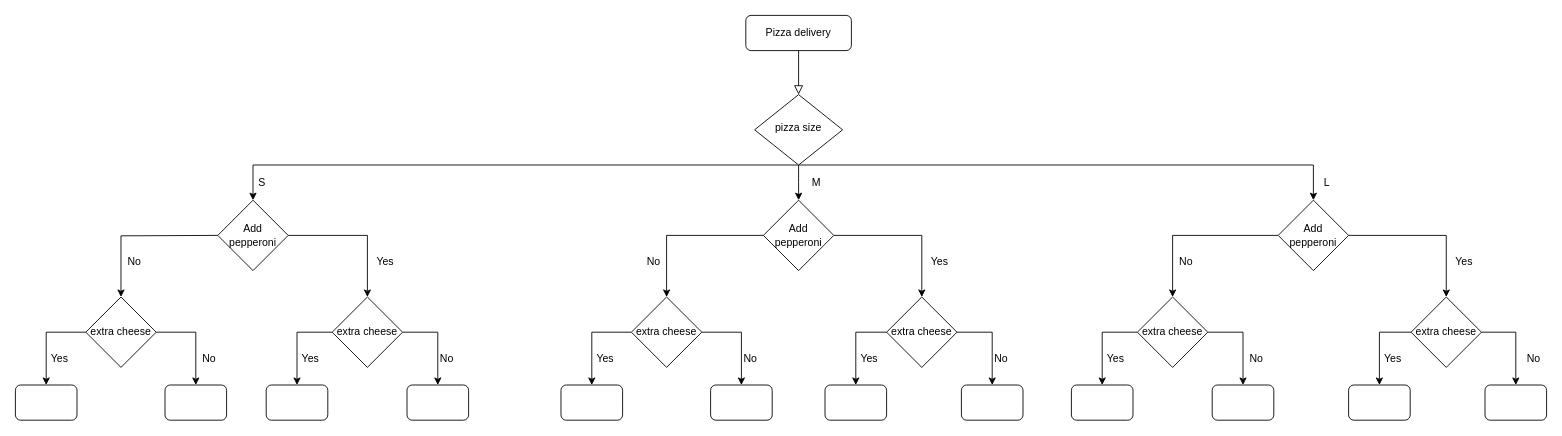
Earlier version of the draw.io diagram Untitled Diagram.drawio (VilJL/Leap-year-program). Source tidied: cells renumbered, new cells numbered last; positions are measured from the earlier drawing's top-left corner, leaving out a move shared by most shapes. Both pictures are drawn from the tidied source at 88%, with x=0, y=0 at pixel (15, 15).
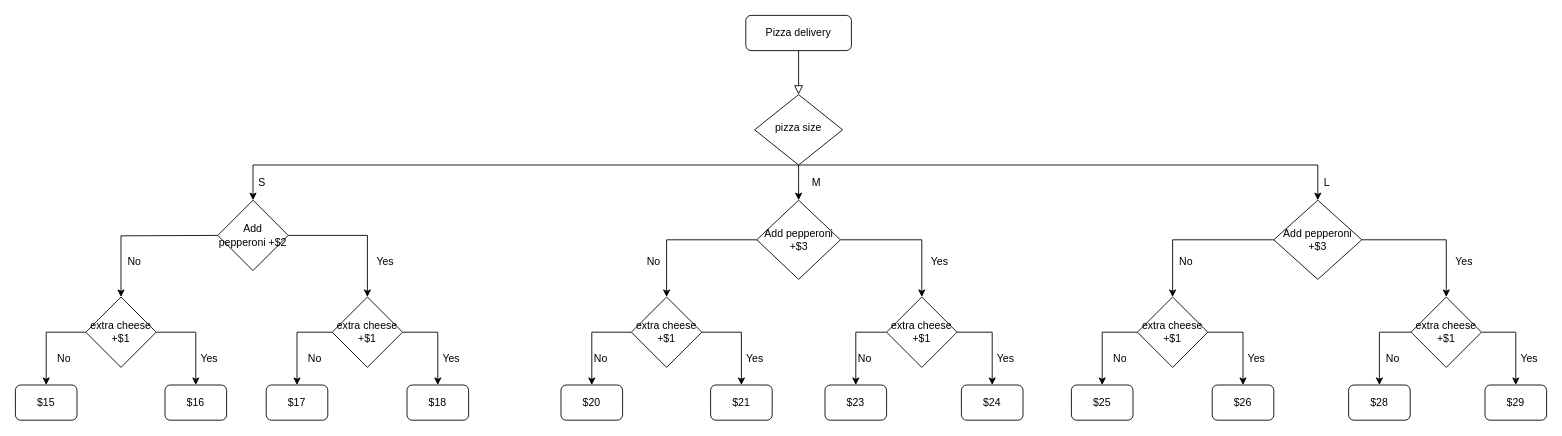
After the change.

Commit message:
pizza pricing Diagram.drawio

The change refers to these unchanged cells:
```xml
<mxCell id="7" value="pizza size" style="rhombus;whiteSpace=wrap;html=1;shadow=0;fontFamily=Helvetica;fontSize=12;align=center;strokeWidth=1;spacing=6;spacingTop=-4;" parent="1" vertex="1">
  <mxGeometry x="840" y="90" width="100" height="80" as="geometry" />
</mxCell>
```

The edit, as a diff of the source:
```diff
@@
     <mxCell id="5" style="edgeStyle=orthogonalEdgeStyle;rounded=0;jettySize=auto;html=1;entryX=0.5;entryY=0;entryDx=0;entryDy=0;" parent="1" edge="1" source="7" target="19">
       <mxGeometry relative="1" as="geometry">
         <Array as="points">
-          <mxPoint x="1475" y="170" />
+          <mxPoint x="1480" y="170" />
         </Array>
       </mxGeometry>
     </mxCell>
@@
-    <mxCell id="13" value="Add pepperoni" style="rhombus;whiteSpace=wrap;html=1;" parent="1" vertex="1">
+    <mxCell id="13" value="Add pepperoni +$2" style="rhombus;whiteSpace=wrap;html=1;" parent="1" vertex="1">
       <mxGeometry x="230" y="210" width="80" height="80" as="geometry" />
     </mxCell>
     <mxCell id="14" style="edgeStyle=orthogonalEdgeStyle;rounded=0;jettySize=auto;html=1;entryX=0.5;entryY=0;entryDx=0;entryDy=0;" parent="1" edge="1" source="16" target="34">
       <mxGeometry relative="1" as="geometry">
         <Array as="points">
-          <mxPoint x="740" y="250" />
-          <mxPoint x="740" y="320" />
+          <mxPoint x="740" y="255" />
         </Array>
       </mxGeometry>
     </mxCell>
@@
-    <mxCell id="16" value="Add pepperoni" style="rhombus;whiteSpace=wrap;html=1;" parent="1" vertex="1">
-      <mxGeometry x="850" y="210" width="80" height="80" as="geometry" />
+    <mxCell id="16" value="Add pepperoni +$3" style="rhombus;whiteSpace=wrap;html=1;" parent="1" vertex="1">
+      <mxGeometry x="842.5" y="210" width="95" height="90" as="geometry" />
     </mxCell>
@@
-    <mxCell id="19" value="Add pepperoni" style="rhombus;whiteSpace=wrap;html=1;" parent="1" vertex="1">
-      <mxGeometry x="1435" y="210" width="80" height="80" as="geometry" />
+    <mxCell id="19" value="Add pepperoni +$3" style="rhombus;whiteSpace=wrap;html=1;" parent="1" vertex="1">
+      <mxGeometry x="1430" y="210" width="100" height="90" as="geometry" />
     </mxCell>
@@
-    <mxCell id="28" value="extra cheese" style="rhombus;whiteSpace=wrap;html=1;" parent="1" vertex="1">
+    <mxCell id="28" value="extra cheese +$1" style="rhombus;whiteSpace=wrap;html=1;" parent="1" vertex="1">
       <mxGeometry x="80" y="320" width="80" height="80" as="geometry" />
     </mxCell>
@@
-    <mxCell id="31" value="extra cheese" style="rhombus;whiteSpace=wrap;html=1;" parent="1" vertex="1">
+    <mxCell id="31" value="extra cheese +$1" style="rhombus;whiteSpace=wrap;html=1;" parent="1" vertex="1">
       <mxGeometry x="360" y="320" width="80" height="80" as="geometry" />
     </mxCell>
@@
-    <mxCell id="34" value="extra cheese" style="rhombus;whiteSpace=wrap;html=1;" parent="1" vertex="1">
+    <mxCell id="34" value="extra cheese +$1" style="rhombus;whiteSpace=wrap;html=1;" parent="1" vertex="1">
       <mxGeometry x="700" y="320" width="80" height="80" as="geometry" />
     </mxCell>
@@
-    <mxCell id="37" value="extra cheese" style="rhombus;whiteSpace=wrap;html=1;" parent="1" vertex="1">
+    <mxCell id="37" value="extra cheese +$1" style="rhombus;whiteSpace=wrap;html=1;" parent="1" vertex="1">
       <mxGeometry x="990" y="320" width="80" height="80" as="geometry" />
     </mxCell>
@@
-    <mxCell id="40" value="extra cheese" style="rhombus;whiteSpace=wrap;html=1;" parent="1" vertex="1">
+    <mxCell id="40" value="extra cheese +$1" style="rhombus;whiteSpace=wrap;html=1;" parent="1" vertex="1">
       <mxGeometry x="1275" y="320" width="80" height="80" as="geometry" />
     </mxCell>
@@
-    <mxCell id="43" value="extra cheese" style="rhombus;whiteSpace=wrap;html=1;" parent="1" vertex="1">
+    <mxCell id="43" value="extra cheese +$1" style="rhombus;whiteSpace=wrap;html=1;" parent="1" vertex="1">
       <mxGeometry x="1586" y="320" width="80" height="80" as="geometry" />
     </mxCell>
-    <mxCell id="44" style="rounded=1;whiteSpace=wrap;html=1;" parent="1" vertex="1">
+    <mxCell id="44" value="$15" style="rounded=1;whiteSpace=wrap;html=1;" parent="1" vertex="1">
       <mxGeometry y="420" width="70" height="40" as="geometry" />
     </mxCell>
-    <mxCell id="45" style="rounded=1;whiteSpace=wrap;html=1;" parent="1" vertex="1">
+    <mxCell id="45" value="$16" style="rounded=1;whiteSpace=wrap;html=1;" parent="1" vertex="1">
       <mxGeometry x="170" y="420" width="70" height="40" as="geometry" />
     </mxCell>
-    <mxCell id="46" style="rounded=1;whiteSpace=wrap;html=1;" parent="1" vertex="1">
+    <mxCell id="46" value="$17" style="rounded=1;whiteSpace=wrap;html=1;" parent="1" vertex="1">
       <mxGeometry x="285" y="420" width="70" height="40" as="geometry" />
     </mxCell>
-    <mxCell id="47" style="rounded=1;whiteSpace=wrap;html=1;" parent="1" vertex="1">
+    <mxCell id="47" value="$18" style="rounded=1;whiteSpace=wrap;html=1;" parent="1" vertex="1">
       <mxGeometry x="445" y="420" width="70" height="40" as="geometry" />
     </mxCell>
-    <mxCell id="48" style="rounded=1;whiteSpace=wrap;html=1;" parent="1" vertex="1">
+    <mxCell id="48" value="$20" style="rounded=1;whiteSpace=wrap;html=1;" parent="1" vertex="1">
       <mxGeometry x="620" y="420" width="70" height="40" as="geometry" />
     </mxCell>
-    <mxCell id="49" style="rounded=1;whiteSpace=wrap;html=1;" parent="1" vertex="1">
+    <mxCell id="49" value="$21" style="rounded=1;whiteSpace=wrap;html=1;" parent="1" vertex="1">
       <mxGeometry x="790" y="420" width="70" height="40" as="geometry" />
     </mxCell>
-    <mxCell id="50" style="rounded=1;whiteSpace=wrap;html=1;" parent="1" vertex="1">
+    <mxCell id="50" value="$23" style="rounded=1;whiteSpace=wrap;html=1;" parent="1" vertex="1">
       <mxGeometry x="920" y="420" width="70" height="40" as="geometry" />
     </mxCell>
-    <mxCell id="51" style="rounded=1;whiteSpace=wrap;html=1;" parent="1" vertex="1">
+    <mxCell id="51" value="$24" style="rounded=1;whiteSpace=wrap;html=1;" parent="1" vertex="1">
       <mxGeometry x="1075" y="420" width="70" height="40" as="geometry" />
     </mxCell>
-    <mxCell id="52" style="rounded=1;whiteSpace=wrap;html=1;" parent="1" vertex="1">
+    <mxCell id="52" value="$25" style="rounded=1;whiteSpace=wrap;html=1;" parent="1" vertex="1">
       <mxGeometry x="1200" y="420" width="70" height="40" as="geometry" />
     </mxCell>
-    <mxCell id="53" style="rounded=1;whiteSpace=wrap;html=1;" parent="1" vertex="1">
+    <mxCell id="53" value="$26" style="rounded=1;whiteSpace=wrap;html=1;" parent="1" vertex="1">
       <mxGeometry x="1360" y="420" width="70" height="40" as="geometry" />
     </mxCell>
-    <mxCell id="54" style="rounded=1;whiteSpace=wrap;html=1;" parent="1" vertex="1">
+    <mxCell id="54" value="$28" style="rounded=1;whiteSpace=wrap;html=1;" parent="1" vertex="1">
       <mxGeometry x="1515" y="420" width="70" height="40" as="geometry" />
     </mxCell>
-    <mxCell id="55" style="rounded=1;whiteSpace=wrap;html=1;" parent="1" vertex="1">
+    <mxCell id="55" value="$29" style="rounded=1;whiteSpace=wrap;html=1;" parent="1" vertex="1">
       <mxGeometry x="1670" y="420" width="70" height="40" as="geometry" />
     </mxCell>
     <mxCell id="56" value="Yes" style="text;html=1;align=center;verticalAlign=middle;" parent="1" vertex="1">
-      <mxGeometry x="30" y="380" width="40" height="20" as="geometry" />
+      <mxGeometry x="200" y="380" width="40" height="20" as="geometry" />
     </mxCell>
     <mxCell id="57" value="No" style="text;html=1;align=center;verticalAlign=middle;" parent="1" vertex="1">
-      <mxGeometry x="205" y="380" width="30" height="20" as="geometry" />
+      <mxGeometry x="40" y="380" width="30" height="20" as="geometry" />
     </mxCell>
     <mxCell id="58" value="Yes" style="text;html=1;align=center;verticalAlign=middle;" parent="1" vertex="1">
-      <mxGeometry x="315" y="380" width="40" height="20" as="geometry" />
+      <mxGeometry x="475" y="380" width="40" height="20" as="geometry" />
     </mxCell>
     <mxCell id="59" value="No" style="text;html=1;align=center;verticalAlign=middle;" parent="1" vertex="1">
-      <mxGeometry x="475" y="380" width="30" height="20" as="geometry" />
+      <mxGeometry x="325" y="380" width="30" height="20" as="geometry" />
     </mxCell>
     <mxCell id="60" value="Yes" style="text;html=1;align=center;verticalAlign=middle;" parent="1" vertex="1">
-      <mxGeometry x="650" y="380" width="40" height="20" as="geometry" />
+      <mxGeometry x="820" y="380" width="40" height="20" as="geometry" />
     </mxCell>
     <mxCell id="61" value="No" style="text;html=1;align=center;verticalAlign=middle;" parent="1" vertex="1">
-      <mxGeometry x="820" y="380" width="30" height="20" as="geometry" />
+      <mxGeometry x="650" y="380" width="30" height="20" as="geometry" />
     </mxCell>
     <mxCell id="62" value="Yes" style="text;html=1;align=center;verticalAlign=middle;" parent="1" vertex="1">
-      <mxGeometry x="950" y="380" width="40" height="20" as="geometry" />
+      <mxGeometry x="1105" y="380" width="40" height="20" as="geometry" />
     </mxCell>
     <mxCell id="63" value="No" style="text;html=1;align=center;verticalAlign=middle;" parent="1" vertex="1">
-      <mxGeometry x="1105" y="380" width="30" height="20" as="geometry" />
+      <mxGeometry x="950" y="380" width="30" height="20" as="geometry" />
     </mxCell>
     <mxCell id="64" value="Yes" style="text;html=1;align=center;verticalAlign=middle;" parent="1" vertex="1">
-      <mxGeometry x="1230" y="380" width="40" height="20" as="geometry" />
+      <mxGeometry x="1390" y="380" width="40" height="20" as="geometry" />
     </mxCell>
     <mxCell id="65" value="No" style="text;html=1;align=center;verticalAlign=middle;" parent="1" vertex="1">
-      <mxGeometry x="1395" y="380" width="30" height="20" as="geometry" />
+      <mxGeometry x="1240" y="380" width="30" height="20" as="geometry" />
     </mxCell>
     <mxCell id="66" value="Yes" style="text;html=1;align=center;verticalAlign=middle;" parent="1" vertex="1">
-      <mxGeometry x="1545" y="380" width="40" height="20" as="geometry" />
+      <mxGeometry x="1700" y="380" width="40" height="20" as="geometry" />
     </mxCell>
     <mxCell id="67" value="No" style="text;html=1;align=center;verticalAlign=middle;" parent="1" vertex="1">
-      <mxGeometry x="1710" y="380" width="30" height="20" as="geometry" />
+      <mxGeometry x="1550" y="380" width="30" height="20" as="geometry" />
     </mxCell>
```
